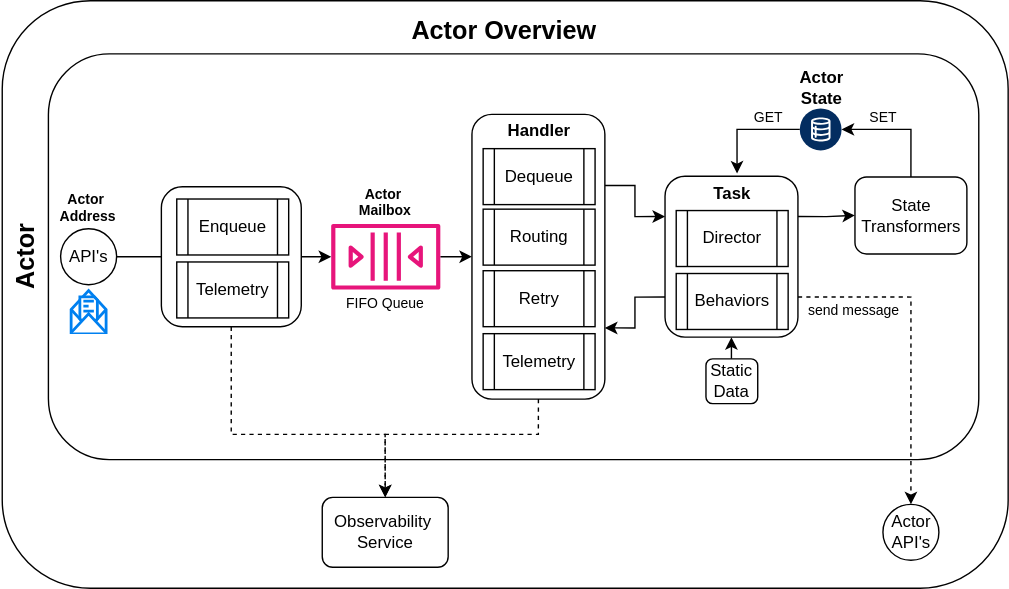
This is docs/ActorOverview.svg from sunlao/py_sudoku_solver, a draw.io export, as it was before one commit. Source tidied: cells renumbered, new cells last; positions are measured from the earlier drawing's top-left corner, leaving out a move shared by most shapes.
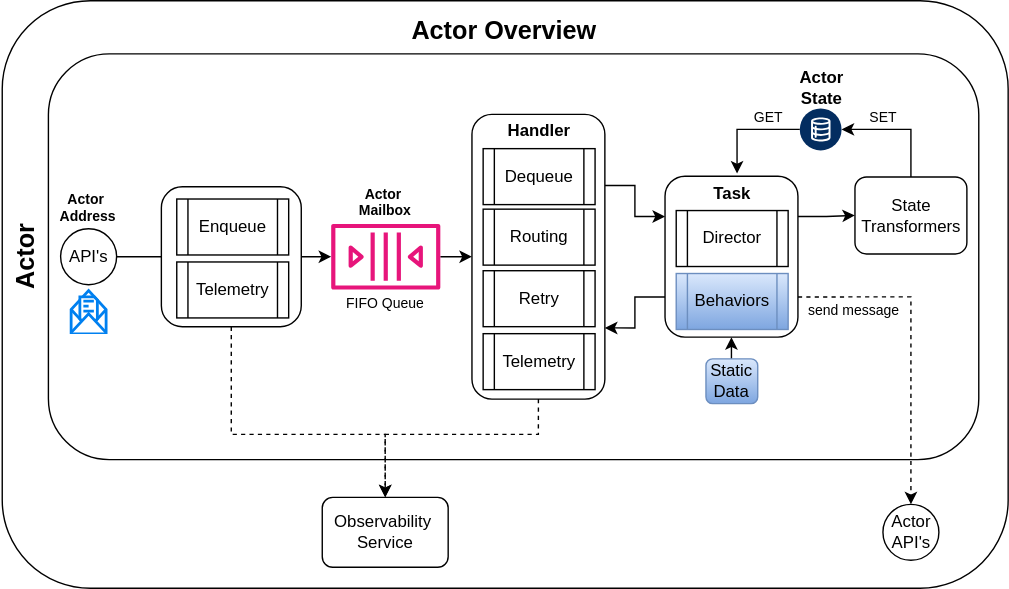
The same diagram one commit later.

Diff of the diagram source:
```diff
@@ -87,7 +87,7 @@
     <mxCell id="26" value="Task" style="text;html=1;whiteSpace=wrap;strokeColor=none;fillColor=none;align=center;verticalAlign=middle;rounded=0;fontStyle=1;" parent="1" vertex="1">
       <mxGeometry x="472.7" y="128" width="100" height="20" as="geometry" />
     </mxCell>
-    <mxCell id="27" value="Behaviors" style="shape=process;whiteSpace=wrap;html=1;backgroundOutline=1;" parent="1" vertex="1">
+    <mxCell id="27" value="Behaviors" style="shape=process;whiteSpace=wrap;html=1;backgroundOutline=1;fillColor=#dae8fc;strokeColor=light-dark(#6c8ebf, #6595d7);gradientColor=#7ea6e0;" parent="1" vertex="1">
       <mxGeometry x="482.7" y="195" width="80" height="40" as="geometry" />
     </mxCell>
     <mxCell id="28" value="&lt;div&gt;Actor API's&lt;/div&gt;" style="ellipse;whiteSpace=wrap;html=1;" parent="1" vertex="1">
@@ -126,7 +126,7 @@
     <mxCell id="39" value="Actor&amp;nbsp;&lt;div&gt;Address&lt;/div&gt;" style="text;html=1;whiteSpace=wrap;strokeColor=none;fillColor=none;align=center;verticalAlign=middle;rounded=0;fontStyle=1;fontSize=10;" parent="1" vertex="1">
       <mxGeometry x="35.3" y="135" width="54.9" height="25" as="geometry" />
     </mxCell>
-    <mxCell id="40" value="&lt;div&gt;Static Data&lt;/div&gt;" style="rounded=1;whiteSpace=wrap;html=1;" parent="1" vertex="1">
+    <mxCell id="40" value="&lt;div&gt;Static Data&lt;/div&gt;" style="rounded=1;whiteSpace=wrap;html=1;fillColor=#dae8fc;strokeColor=light-dark(#6c8ebf, #6595d7);gradientColor=#7ea6e0;" parent="1" vertex="1">
       <mxGeometry x="504" y="256" width="37" height="32" as="geometry" />
     </mxCell>
     <mxCell id="41" value="Dequeue" style="shape=process;whiteSpace=wrap;html=1;backgroundOutline=1;" parent="1" vertex="1">
```
